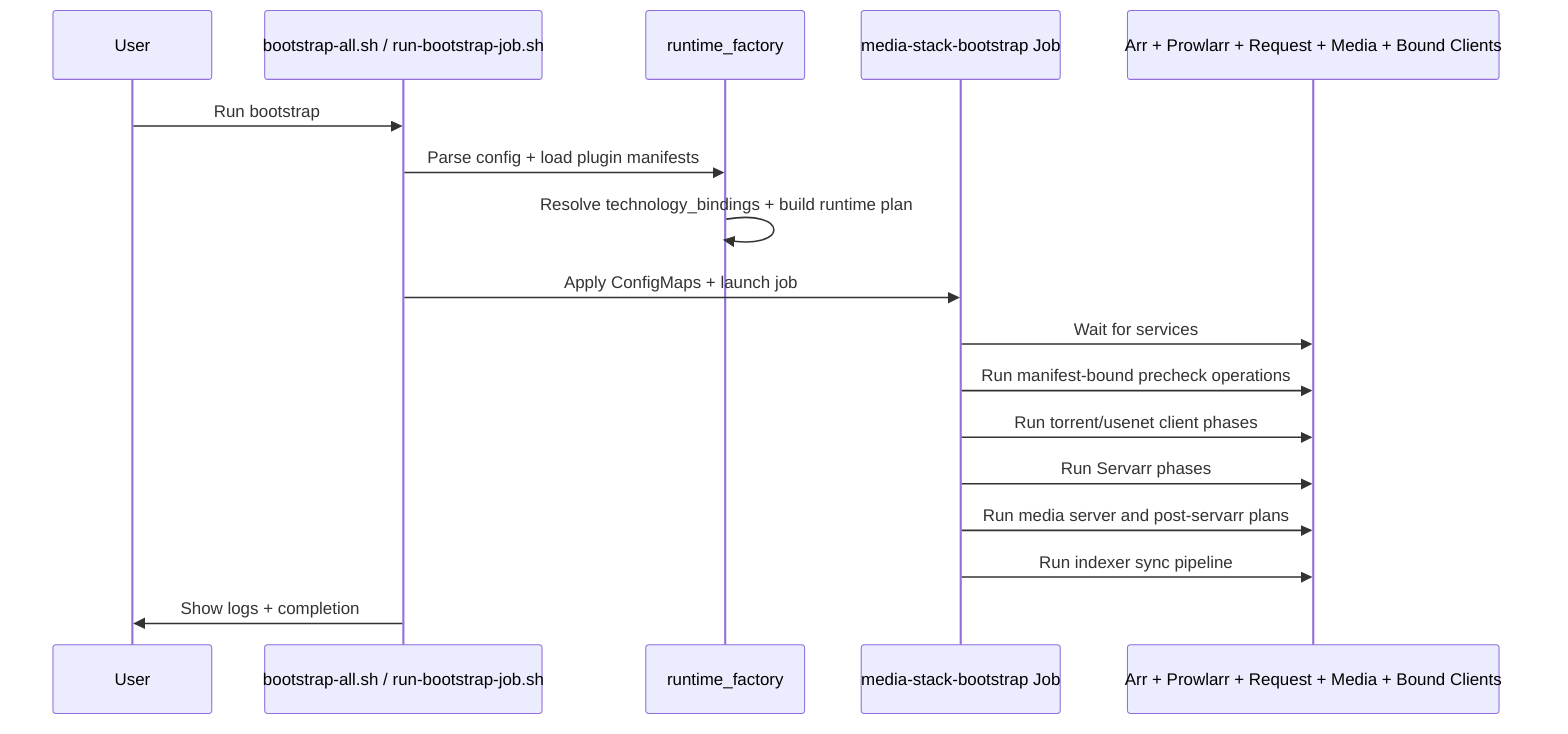
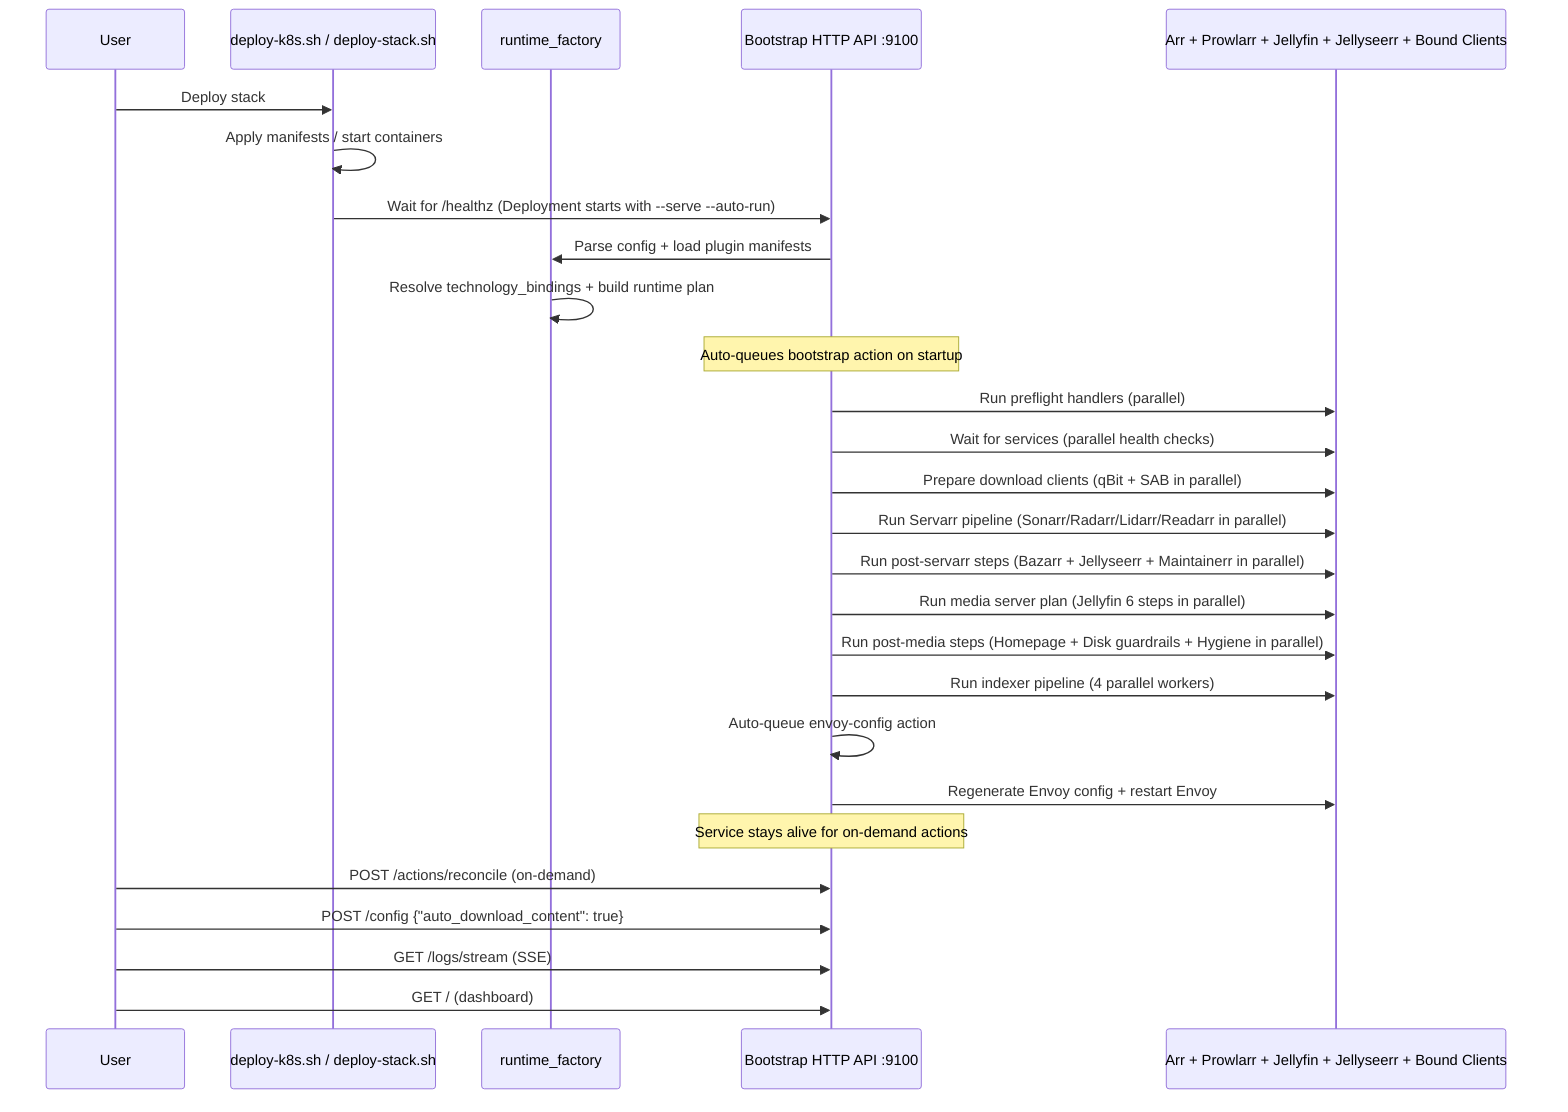
sequenceDiagram
  participant User
-   participant Script as bootstrap-all.sh / run-bootstrap-job.sh
+   participant Script as deploy-k8s.sh / deploy-stack.sh
  participant Factory as runtime_factory
-   participant Job as media-stack-bootstrap Job
-   participant Apps as Arr + Prowlarr + Request + Media + Bound Clients
+   participant API as Bootstrap HTTP API :9100
+   participant Apps as Arr + Prowlarr + Jellyfin + Jellyseerr + Bound Clients

-   User->>Script: Run bootstrap
-   Script->>Factory: Parse config + load plugin manifests
+   User->>Script: Deploy stack
+   Script->>Script: Apply manifests / start containers
+   Script->>API: Wait for /healthz (Deployment starts with --serve --auto-run)
+   API->>Factory: Parse config + load plugin manifests
  Factory->>Factory: Resolve technology_bindings + build runtime plan
-   Script->>Job: Apply ConfigMaps + launch job
-   Job->>Apps: Wait for services
-   Job->>Apps: Run manifest-bound precheck operations
-   Job->>Apps: Run torrent/usenet client phases
-   Job->>Apps: Run Servarr phases
-   Job->>Apps: Run media server and post-servarr plans
-   Job->>Apps: Run indexer sync pipeline
-   Script->>User: Show logs + completion
+ 
+   Note over API: Auto-queues bootstrap action on startup
+ 
+   API->>Apps: Run preflight handlers (parallel)
+   API->>Apps: Wait for services (parallel health checks)
+   API->>Apps: Prepare download clients (qBit + SAB in parallel)
+   API->>Apps: Run Servarr pipeline (Sonarr/Radarr/Lidarr/Readarr in parallel)
+   API->>Apps: Run post-servarr steps (Bazarr + Jellyseerr + Maintainerr in parallel)
+   API->>Apps: Run media server plan (Jellyfin 6 steps in parallel)
+   API->>Apps: Run post-media steps (Homepage + Disk guardrails + Hygiene in parallel)
+   API->>Apps: Run indexer pipeline (4 parallel workers)
+   API->>API: Auto-queue envoy-config action
+   API->>Apps: Regenerate Envoy config + restart Envoy
+ 
+   Note over API: Service stays alive for on-demand actions
+ 
+   User->>API: POST /actions/reconcile (on-demand)
+   User->>API: POST /config {"auto_download_content": true}
+   User->>API: GET /logs/stream (SSE)
+   User->>API: GET / (dashboard)
